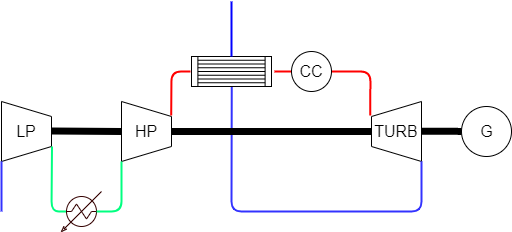
Above: Chapitre_5/Images/IRGT.png in Boreas3/TFE (draw.io), before the change. Source tidied: cells renumbered, new cells last; positions are measured from the earlier drawing's top-left corner, leaving out a move shared by most shapes.
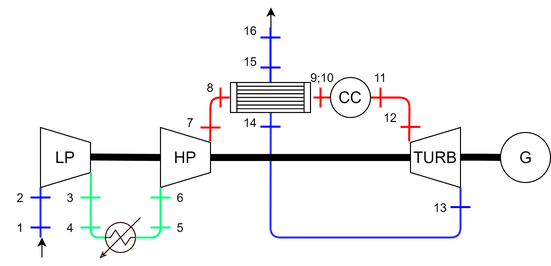
After the commit.

Diff of the diagram source:
```diff
@@ -114,5 +114,152 @@
     <mxCell id="23" value="CC" style="text;html=1;strokeColor=none;fillColor=none;align=center;verticalAlign=middle;whiteSpace=wrap;rounded=0;fontSize=16;" parent="1" vertex="1">
       <mxGeometry x="290" y="60" width="40" height="20" as="geometry" />
     </mxCell>
+    <mxCell id="24" style="endArrow=none;html=1;strokeColor=#0000FF;strokeWidth=2;" parent="1" edge="1">
+      <mxGeometry relative="1" as="geometry">
+        <mxPoint x="-10" y="200" as="sourcePoint" />
+        <mxPoint x="10" y="200" as="targetPoint" />
+      </mxGeometry>
+    </mxCell>
+    <mxCell id="25" style="endArrow=none;html=1;strokeColor=#0000FF;strokeWidth=2;" parent="1" edge="1">
+      <mxGeometry relative="1" as="geometry">
+        <mxPoint x="-10" y="170" as="sourcePoint" />
+        <mxPoint x="10" y="170" as="targetPoint" />
+      </mxGeometry>
+    </mxCell>
+    <mxCell id="26" style="endArrow=none;html=1;strokeColor=#00FF80;strokeWidth=2;" parent="1" edge="1">
+      <mxGeometry relative="1" as="geometry">
+        <mxPoint x="40" y="170" as="sourcePoint" />
+        <mxPoint x="60" y="170" as="targetPoint" />
+      </mxGeometry>
+    </mxCell>
+    <mxCell id="27" style="endArrow=none;html=1;strokeColor=#00FF80;strokeWidth=2;" parent="1" edge="1">
+      <mxGeometry relative="1" as="geometry">
+        <mxPoint x="40" y="200" as="sourcePoint" />
+        <mxPoint x="60" y="200" as="targetPoint" />
+      </mxGeometry>
+    </mxCell>
+    <mxCell id="28" style="endArrow=none;html=1;strokeColor=#00FF80;strokeWidth=2;" parent="1" edge="1">
+      <mxGeometry relative="1" as="geometry">
+        <mxPoint x="110" y="200" as="sourcePoint" />
+        <mxPoint x="130" y="200" as="targetPoint" />
+      </mxGeometry>
+    </mxCell>
+    <mxCell id="29" style="endArrow=none;html=1;strokeColor=#00FF80;strokeWidth=2;" parent="1" edge="1">
+      <mxGeometry relative="1" as="geometry">
+        <mxPoint x="110" y="170" as="sourcePoint" />
+        <mxPoint x="130" y="170" as="targetPoint" />
+      </mxGeometry>
+    </mxCell>
+    <mxCell id="30" value="1" style="text;html=1;strokeColor=none;fillColor=none;align=center;verticalAlign=middle;whiteSpace=wrap;rounded=0;" parent="1" vertex="1">
+      <mxGeometry x="-40" y="190" width="40" height="20" as="geometry" />
+    </mxCell>
+    <mxCell id="31" value="2" style="text;html=1;strokeColor=none;fillColor=none;align=center;verticalAlign=middle;whiteSpace=wrap;rounded=0;" parent="1" vertex="1">
+      <mxGeometry x="-40" y="160" width="40" height="20" as="geometry" />
+    </mxCell>
+    <mxCell id="32" value="3" style="text;html=1;strokeColor=none;fillColor=none;align=center;verticalAlign=middle;whiteSpace=wrap;rounded=0;" parent="1" vertex="1">
+      <mxGeometry x="10" y="160" width="40" height="20" as="geometry" />
+    </mxCell>
+    <mxCell id="33" value="4" style="text;html=1;strokeColor=none;fillColor=none;align=center;verticalAlign=middle;whiteSpace=wrap;rounded=0;" parent="1" vertex="1">
+      <mxGeometry x="10" y="190" width="40" height="20" as="geometry" />
+    </mxCell>
+    <mxCell id="34" value="5" style="text;html=1;strokeColor=none;fillColor=none;align=center;verticalAlign=middle;whiteSpace=wrap;rounded=0;" parent="1" vertex="1">
+      <mxGeometry x="120" y="190" width="40" height="20" as="geometry" />
+    </mxCell>
+    <mxCell id="35" value="6" style="text;html=1;strokeColor=none;fillColor=none;align=center;verticalAlign=middle;whiteSpace=wrap;rounded=0;" parent="1" vertex="1">
+      <mxGeometry x="120" y="160" width="40" height="20" as="geometry" />
+    </mxCell>
+    <mxCell id="36" style="endArrow=none;html=1;strokeColor=#FF0000;strokeWidth=2;" parent="1" edge="1">
+      <mxGeometry relative="1" as="geometry">
+        <mxPoint x="340" y="60" as="sourcePoint" />
+        <mxPoint x="340" y="80" as="targetPoint" />
+      </mxGeometry>
+    </mxCell>
+    <mxCell id="37" style="endArrow=none;html=1;strokeColor=#FF0000;strokeWidth=2;" parent="1" edge="1">
+      <mxGeometry relative="1" as="geometry">
+        <mxPoint x="360" y="99.4" as="sourcePoint" />
+        <mxPoint x="380" y="99.4" as="targetPoint" />
+      </mxGeometry>
+    </mxCell>
+    <mxCell id="38" value="12" style="text;html=1;strokeColor=none;fillColor=none;align=center;verticalAlign=middle;whiteSpace=wrap;rounded=0;" parent="1" vertex="1">
+      <mxGeometry x="330" y="80" width="40" height="20" as="geometry" />
+    </mxCell>
+    <mxCell id="39" value="7" style="text;html=1;strokeColor=none;fillColor=none;align=center;verticalAlign=middle;whiteSpace=wrap;rounded=0;" parent="1" vertex="1">
+      <mxGeometry x="130" y="85" width="40" height="20" as="geometry" />
+    </mxCell>
+    <mxCell id="40" style="endArrow=none;html=1;strokeColor=#FF0000;strokeWidth=2;" parent="1" edge="1">
+      <mxGeometry relative="1" as="geometry">
+        <mxPoint x="160" y="100" as="sourcePoint" />
+        <mxPoint x="180" y="100" as="targetPoint" />
+      </mxGeometry>
+    </mxCell>
+    <mxCell id="41" style="endArrow=none;html=1;strokeColor=#FF0000;strokeWidth=2;" parent="1" edge="1">
+      <mxGeometry relative="1" as="geometry">
+        <mxPoint x="180" y="60" as="sourcePoint" />
+        <mxPoint x="180" y="80" as="targetPoint" />
+      </mxGeometry>
+    </mxCell>
+    <mxCell id="42" value="8" style="text;html=1;strokeColor=none;fillColor=none;align=center;verticalAlign=middle;whiteSpace=wrap;rounded=0;" parent="1" vertex="1">
+      <mxGeometry x="150" y="50" width="40" height="20" as="geometry" />
+    </mxCell>
+    <mxCell id="43" style="endArrow=none;html=1;strokeColor=#FF0000;strokeWidth=2;" parent="1" edge="1">
+      <mxGeometry relative="1" as="geometry">
+        <mxPoint x="280" y="60" as="sourcePoint" />
+        <mxPoint x="280" y="80" as="targetPoint" />
+      </mxGeometry>
+    </mxCell>
+    <mxCell id="44" value="9;10" style="text;html=1;strokeColor=none;fillColor=none;align=center;verticalAlign=middle;whiteSpace=wrap;rounded=0;" parent="1" vertex="1">
+      <mxGeometry x="262" y="40" width="40" height="20" as="geometry" />
+    </mxCell>
+    <mxCell id="45" value="11" style="text;html=1;strokeColor=none;fillColor=none;align=center;verticalAlign=middle;whiteSpace=wrap;rounded=0;" parent="1" vertex="1">
+      <mxGeometry x="320" y="40" width="40" height="20" as="geometry" />
+    </mxCell>
+    <mxCell id="46" style="endArrow=none;html=1;strokeColor=#0000FF;strokeWidth=2;" parent="1" edge="1">
+      <mxGeometry relative="1" as="geometry">
+        <mxPoint x="220" y="10" as="sourcePoint" />
+        <mxPoint x="240" y="10" as="targetPoint" />
+      </mxGeometry>
+    </mxCell>
+    <mxCell id="47" value="16" style="text;html=1;strokeColor=none;fillColor=none;align=center;verticalAlign=middle;whiteSpace=wrap;rounded=0;" parent="1" vertex="1">
+      <mxGeometry x="190" y="-7" width="40" height="20" as="geometry" />
+    </mxCell>
+    <mxCell id="48" style="endArrow=none;html=1;strokeColor=#0000FF;strokeWidth=2;" parent="1" edge="1">
+      <mxGeometry relative="1" as="geometry">
+        <mxPoint x="410" y="179.6" as="sourcePoint" />
+        <mxPoint x="430" y="179.6" as="targetPoint" />
+      </mxGeometry>
+    </mxCell>
+    <mxCell id="49" value="13" style="text;html=1;strokeColor=none;fillColor=none;align=center;verticalAlign=middle;whiteSpace=wrap;rounded=0;" parent="1" vertex="1">
+      <mxGeometry x="380" y="170" width="40" height="20" as="geometry" />
+    </mxCell>
+    <mxCell id="50" value="14" style="text;html=1;strokeColor=none;fillColor=none;align=center;verticalAlign=middle;whiteSpace=wrap;rounded=0;" parent="1" vertex="1">
+      <mxGeometry x="190" y="85" width="40" height="20" as="geometry" />
+    </mxCell>
+    <mxCell id="51" style="endArrow=none;html=1;strokeColor=#0000FF;strokeWidth=2;" parent="1" edge="1">
+      <mxGeometry relative="1" as="geometry">
+        <mxPoint x="220" y="99.2" as="sourcePoint" />
+        <mxPoint x="240" y="99.2" as="targetPoint" />
+      </mxGeometry>
+    </mxCell>
+    <mxCell id="52" style="endArrow=none;html=1;strokeColor=#0000FF;strokeWidth=2;" parent="1" edge="1">
+      <mxGeometry relative="1" as="geometry">
+        <mxPoint x="220" y="40" as="sourcePoint" />
+        <mxPoint x="240" y="40" as="targetPoint" />
+      </mxGeometry>
+    </mxCell>
+    <mxCell id="53" value="15" style="text;html=1;strokeColor=none;fillColor=none;align=center;verticalAlign=middle;whiteSpace=wrap;rounded=0;" parent="1" vertex="1">
+      <mxGeometry x="190" y="24" width="40" height="20" as="geometry" />
+    </mxCell>
+    <mxCell id="54" style="endArrow=classic;html=1;" parent="1" edge="1">
+      <mxGeometry relative="1" as="geometry">
+        <mxPoint x="230.4" as="sourcePoint" />
+        <mxPoint x="230.4" y="-20" as="targetPoint" />
+      </mxGeometry>
+    </mxCell>
+    <mxCell id="55" style="endArrow=classic;html=1;" parent="1" edge="1">
+      <mxGeometry relative="1" as="geometry">
+        <mxPoint x="1.4" y="230" as="sourcePoint" />
+        <mxPoint x="1.4" y="210" as="targetPoint" />
+      </mxGeometry>
+    </mxCell>
   </root>
 </mxGraphModel>
```
